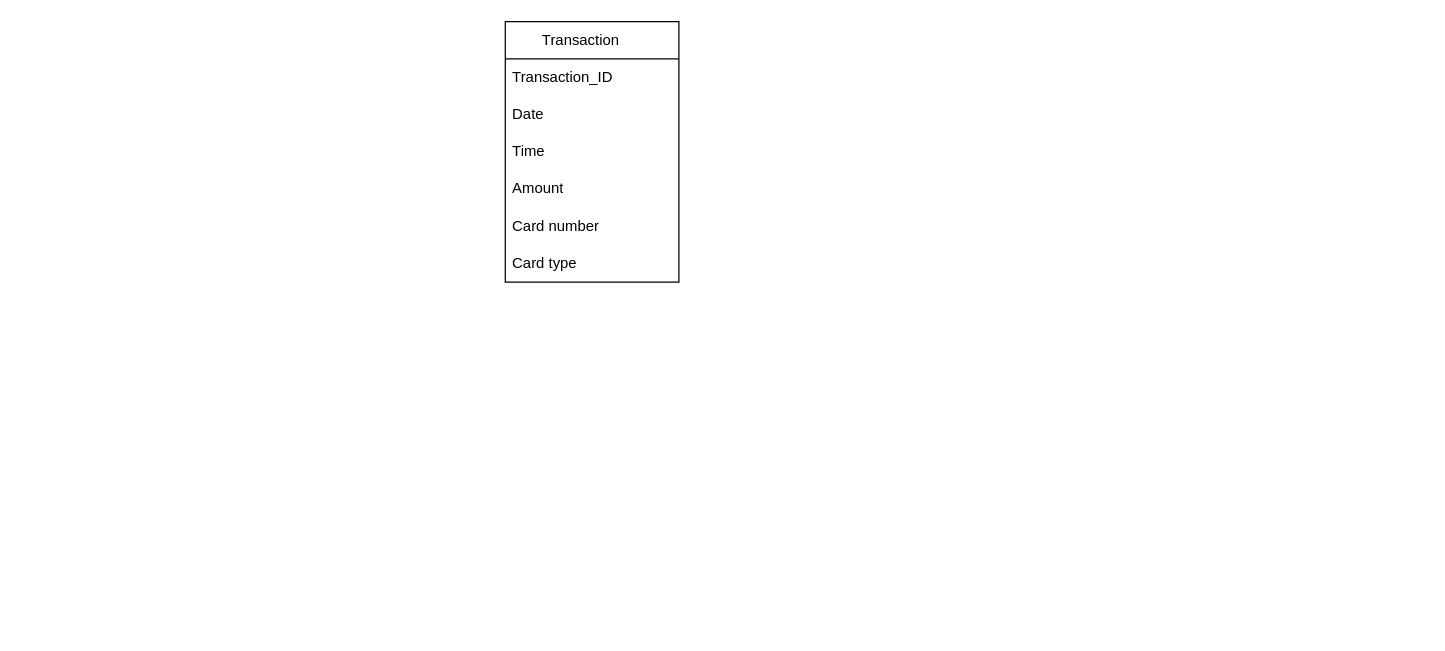
This is CIDM3350_Project.drawio from ngimpWT/CIDM3350, a draw.io file, before an edit. Source tidied: cells renumbered, new cells numbered last; positions are measured from the earlier drawing's top-left corner, leaving out a move shared by most shapes. Both pictures are drawn from the tidied source at 124%, with x=0, y=0 at pixel (505, 21).
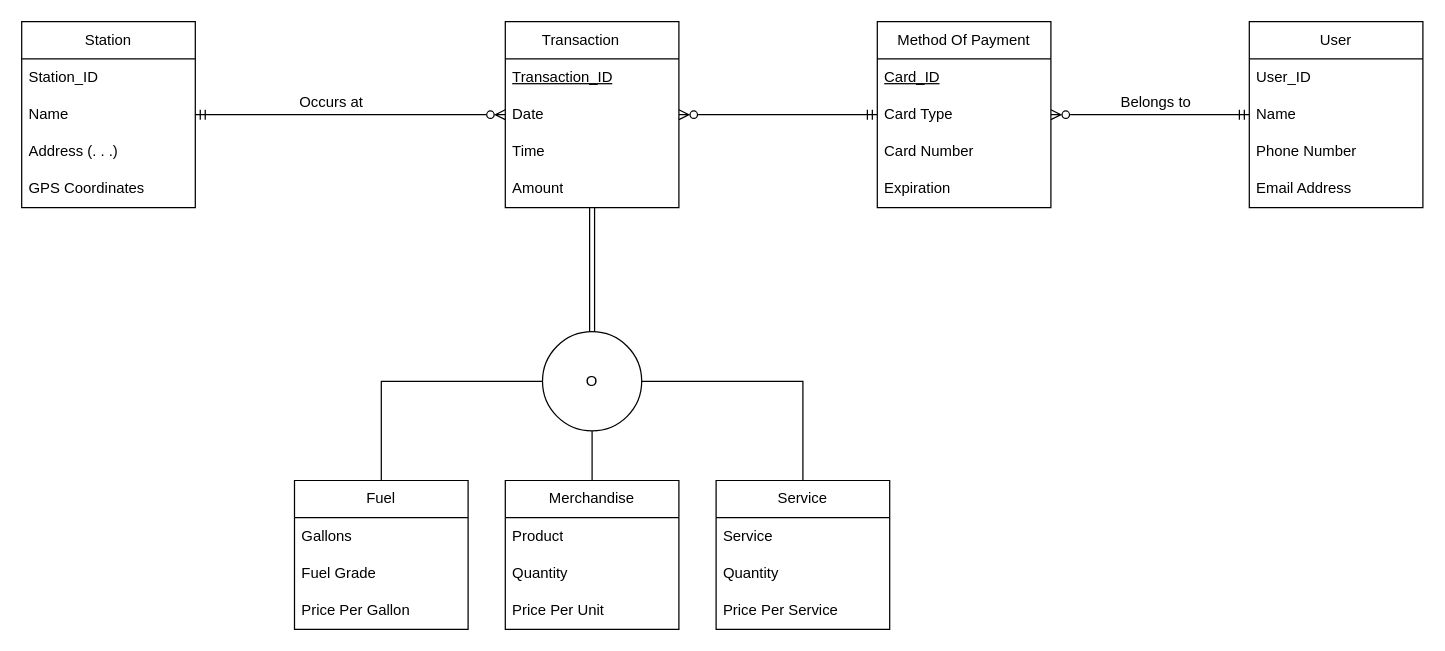
The same page after the edit.

Unchanged cells that the change refers to:
```xml
<mxCell id="4" value="Date" style="text;strokeColor=none;fillColor=none;align=left;verticalAlign=middle;spacingLeft=4;spacingRight=4;overflow=hidden;points=[[0,0.5],[1,0.5]];portConstraint=eastwest;whiteSpace=wrap;html=1;" parent="2" vertex="1">
  <mxGeometry y="60" width="140" height="30" as="geometry" />
</mxCell>
```

Diff of the diagram source:
```diff
@@
+    <mxCell id="9" style="edgeStyle=orthogonalEdgeStyle;rounded=0;jettySize=auto;html=1;entryX=0.5;entryY=0;entryDx=0;entryDy=0;endArrow=none;endFill=0;shape=link;" parent="1" edge="1" source="2" target="14">
+      <mxGeometry relative="1" as="geometry" />
+    </mxCell>
+    <mxCell id="10" style="edgeStyle=orthogonalEdgeStyle;rounded=0;jettySize=auto;html=1;entryX=1;entryY=0.5;entryDx=0;entryDy=0;endArrow=ERmandOne;endFill=0;startArrow=ERzeroToMany;startFill=0;" parent="1" edge="1" source="2" target="27">
+      <mxGeometry relative="1" as="geometry" />
+    </mxCell>
     <mxCell id="2" value="Transaction&lt;span style=&quot;white-space: pre;&quot;&gt;&#9;&lt;/span&gt;" style="swimlane;fontStyle=0;horizontal=1;startSize=30;whiteSpace=wrap;html=1;" parent="1" vertex="1">
-      <mxGeometry width="140" height="210" as="geometry" />
+      <mxGeometry width="140" height="150" as="geometry" />
     </mxCell>
-    <mxCell id="3" value="&lt;div&gt;Transaction_ID&lt;/div&gt;" style="text;strokeColor=none;fillColor=none;align=left;verticalAlign=middle;spacingLeft=4;spacingRight=4;overflow=hidden;whiteSpace=wrap;html=1;" parent="2" vertex="1">
+    <mxCell id="3" value="&lt;div&gt;&lt;u&gt;Transaction_ID&lt;/u&gt;&lt;/div&gt;" style="text;strokeColor=none;fillColor=none;align=left;verticalAlign=middle;spacingLeft=4;spacingRight=4;overflow=hidden;whiteSpace=wrap;html=1;" parent="2" vertex="1">
       <mxGeometry y="30" width="140" height="30" as="geometry" />
     </mxCell>
@@
-    <mxCell id="7" value="Card number" style="text;strokeColor=none;fillColor=none;align=left;verticalAlign=middle;spacingLeft=4;spacingRight=4;overflow=hidden;whiteSpace=wrap;html=1;" parent="2" vertex="1">
-      <mxGeometry y="150" width="140" height="30" as="geometry" />
-    </mxCell>
-    <mxCell id="8" value="Card type" style="text;strokeColor=none;fillColor=none;align=left;verticalAlign=middle;spacingLeft=4;spacingRight=4;overflow=hidden;whiteSpace=wrap;html=1;" parent="2" vertex="1">
-      <mxGeometry y="180" width="140" height="30" as="geometry" />
-    </mxCell>
+    <mxCell id="11" style="edgeStyle=orthogonalEdgeStyle;rounded=0;jettySize=auto;html=1;entryX=0.5;entryY=0;entryDx=0;entryDy=0;endArrow=none;endFill=0;" parent="1" edge="1" source="14" target="15">
+      <mxGeometry relative="1" as="geometry" />
+    </mxCell>
+    <mxCell id="12" style="edgeStyle=orthogonalEdgeStyle;rounded=0;jettySize=auto;html=1;entryX=0.5;entryY=0;entryDx=0;entryDy=0;endArrow=none;endFill=0;" parent="1" edge="1" source="14" target="19">
+      <mxGeometry relative="1" as="geometry" />
+    </mxCell>
+    <mxCell id="13" style="edgeStyle=orthogonalEdgeStyle;rounded=0;jettySize=auto;html=1;entryX=0.5;entryY=0;entryDx=0;entryDy=0;endArrow=none;endFill=0;" parent="1" edge="1" source="14" target="23">
+      <mxGeometry relative="1" as="geometry" />
+    </mxCell>
+    <mxCell id="14" value="O" style="ellipse;whiteSpace=wrap;html=1;" parent="1" vertex="1">
+      <mxGeometry x="30" y="250" width="80" height="80" as="geometry" />
+    </mxCell>
+    <mxCell id="15" value="Merchandise" style="swimlane;fontStyle=0;horizontal=1;startSize=30;whiteSpace=wrap;html=1;" parent="1" vertex="1">
+      <mxGeometry y="370" width="140" height="120" as="geometry" />
+    </mxCell>
+    <mxCell id="16" value="Product" style="text;strokeColor=none;fillColor=none;align=left;verticalAlign=middle;spacingLeft=4;spacingRight=4;overflow=hidden;whiteSpace=wrap;html=1;" parent="15" vertex="1">
+      <mxGeometry y="30" width="140" height="30" as="geometry" />
+    </mxCell>
+    <mxCell id="17" value="Quantity" style="text;strokeColor=none;fillColor=none;align=left;verticalAlign=middle;spacingLeft=4;spacingRight=4;overflow=hidden;whiteSpace=wrap;html=1;" parent="15" vertex="1">
+      <mxGeometry y="60" width="140" height="30" as="geometry" />
+    </mxCell>
+    <mxCell id="18" value="Price Per Unit" style="text;strokeColor=none;fillColor=none;align=left;verticalAlign=middle;spacingLeft=4;spacingRight=4;overflow=hidden;whiteSpace=wrap;html=1;" parent="15" vertex="1">
+      <mxGeometry y="90" width="140" height="30" as="geometry" />
+    </mxCell>
+    <mxCell id="19" value="Fuel" style="swimlane;fontStyle=0;horizontal=1;startSize=30;whiteSpace=wrap;html=1;" parent="1" vertex="1">
+      <mxGeometry x="-170" y="370" width="140" height="120" as="geometry" />
+    </mxCell>
+    <mxCell id="20" value="Gallons" style="text;strokeColor=none;fillColor=none;align=left;verticalAlign=middle;spacingLeft=4;spacingRight=4;overflow=hidden;whiteSpace=wrap;html=1;" parent="19" vertex="1">
+      <mxGeometry y="30" width="140" height="30" as="geometry" />
+    </mxCell>
+    <mxCell id="21" value="Fuel Grade" style="text;strokeColor=none;fillColor=none;align=left;verticalAlign=middle;spacingLeft=4;spacingRight=4;overflow=hidden;whiteSpace=wrap;html=1;" parent="19" vertex="1">
+      <mxGeometry y="60" width="140" height="30" as="geometry" />
+    </mxCell>
+    <mxCell id="22" value="Price Per Gallon" style="text;strokeColor=none;fillColor=none;align=left;verticalAlign=middle;spacingLeft=4;spacingRight=4;overflow=hidden;whiteSpace=wrap;html=1;" parent="19" vertex="1">
+      <mxGeometry y="90" width="140" height="30" as="geometry" />
+    </mxCell>
+    <mxCell id="23" value="Service" style="swimlane;fontStyle=0;horizontal=1;startSize=30;whiteSpace=wrap;html=1;" parent="1" vertex="1">
+      <mxGeometry x="170" y="370" width="140" height="120" as="geometry" />
+    </mxCell>
+    <mxCell id="24" value="Service" style="text;strokeColor=none;fillColor=none;align=left;verticalAlign=middle;spacingLeft=4;spacingRight=4;overflow=hidden;whiteSpace=wrap;html=1;" parent="23" vertex="1">
+      <mxGeometry y="30" width="140" height="30" as="geometry" />
+    </mxCell>
+    <mxCell id="25" value="Quantity" style="text;strokeColor=none;fillColor=none;align=left;verticalAlign=middle;spacingLeft=4;spacingRight=4;overflow=hidden;whiteSpace=wrap;html=1;" parent="23" vertex="1">
+      <mxGeometry y="60" width="140" height="30" as="geometry" />
+    </mxCell>
+    <mxCell id="26" value="Price Per Service" style="text;strokeColor=none;fillColor=none;align=left;verticalAlign=middle;spacingLeft=4;spacingRight=4;overflow=hidden;whiteSpace=wrap;html=1;" parent="23" vertex="1">
+      <mxGeometry y="90" width="140" height="30" as="geometry" />
+    </mxCell>
+    <mxCell id="27" value="Station" style="swimlane;fontStyle=0;horizontal=1;startSize=30;whiteSpace=wrap;html=1;" parent="1" vertex="1">
+      <mxGeometry x="-390" width="140" height="150" as="geometry" />
+    </mxCell>
+    <mxCell id="28" value="Station_ID" style="text;strokeColor=none;fillColor=none;align=left;verticalAlign=middle;spacingLeft=4;spacingRight=4;overflow=hidden;whiteSpace=wrap;html=1;" parent="27" vertex="1">
+      <mxGeometry y="30" width="140" height="30" as="geometry" />
+    </mxCell>
+    <mxCell id="29" value="Name" style="text;strokeColor=none;fillColor=none;align=left;verticalAlign=middle;spacingLeft=4;spacingRight=4;overflow=hidden;whiteSpace=wrap;html=1;" parent="27" vertex="1">
+      <mxGeometry y="60" width="140" height="30" as="geometry" />
+    </mxCell>
+    <mxCell id="30" value="Address (. . .)" style="text;strokeColor=none;fillColor=none;align=left;verticalAlign=middle;spacingLeft=4;spacingRight=4;overflow=hidden;whiteSpace=wrap;html=1;" parent="27" vertex="1">
+      <mxGeometry y="90" width="140" height="30" as="geometry" />
+    </mxCell>
+    <mxCell id="31" value="GPS Coordinates" style="text;strokeColor=none;fillColor=none;align=left;verticalAlign=middle;spacingLeft=4;spacingRight=4;overflow=hidden;whiteSpace=wrap;html=1;" parent="27" vertex="1">
+      <mxGeometry y="120" width="140" height="30" as="geometry" />
+    </mxCell>
+    <mxCell id="32" value="User" style="swimlane;fontStyle=0;horizontal=1;startSize=30;whiteSpace=wrap;html=1;" parent="1" vertex="1">
+      <mxGeometry x="600" width="140" height="150" as="geometry" />
+    </mxCell>
+    <mxCell id="33" value="User_ID" style="text;strokeColor=none;fillColor=none;align=left;verticalAlign=middle;spacingLeft=4;spacingRight=4;overflow=hidden;whiteSpace=wrap;html=1;" parent="32" vertex="1">
+      <mxGeometry y="30" width="140" height="30" as="geometry" />
+    </mxCell>
+    <mxCell id="34" value="Name" style="text;strokeColor=none;fillColor=none;align=left;verticalAlign=middle;spacingLeft=4;spacingRight=4;overflow=hidden;points=[[0,0.5],[1,0.5]];portConstraint=eastwest;whiteSpace=wrap;html=1;" parent="32" vertex="1">
+      <mxGeometry y="60" width="140" height="30" as="geometry" />
+    </mxCell>
+    <mxCell id="35" value="Phone Number" style="text;strokeColor=none;fillColor=none;align=left;verticalAlign=middle;spacingLeft=4;spacingRight=4;overflow=hidden;whiteSpace=wrap;html=1;" parent="32" vertex="1">
+      <mxGeometry y="90" width="140" height="30" as="geometry" />
+    </mxCell>
+    <mxCell id="36" value="Email Address" style="text;strokeColor=none;fillColor=none;align=left;verticalAlign=middle;spacingLeft=4;spacingRight=4;overflow=hidden;whiteSpace=wrap;html=1;" parent="32" vertex="1">
+      <mxGeometry y="120" width="140" height="30" as="geometry" />
+    </mxCell>
+    <mxCell id="37" value="Method Of Payment" style="swimlane;fontStyle=0;horizontal=1;startSize=30;whiteSpace=wrap;html=1;" parent="1" vertex="1">
+      <mxGeometry x="300" width="140" height="150" as="geometry" />
+    </mxCell>
+    <mxCell id="38" value="&lt;u&gt;Card_ID&lt;/u&gt;" style="text;strokeColor=none;fillColor=none;align=left;verticalAlign=middle;spacingLeft=4;spacingRight=4;overflow=hidden;whiteSpace=wrap;html=1;" parent="37" vertex="1">
+      <mxGeometry y="30" width="140" height="30" as="geometry" />
+    </mxCell>
+    <mxCell id="39" value="Card Type" style="text;strokeColor=none;fillColor=none;align=left;verticalAlign=middle;spacingLeft=4;spacingRight=4;overflow=hidden;points=[[0,0.5],[1,0.5]];portConstraint=eastwest;whiteSpace=wrap;html=1;" parent="37" vertex="1">
+      <mxGeometry y="60" width="140" height="30" as="geometry" />
+    </mxCell>
+    <mxCell id="40" value="Card Number" style="text;strokeColor=none;fillColor=none;align=left;verticalAlign=middle;spacingLeft=4;spacingRight=4;overflow=hidden;whiteSpace=wrap;html=1;" parent="37" vertex="1">
+      <mxGeometry y="90" width="140" height="30" as="geometry" />
+    </mxCell>
+    <mxCell id="41" value="Expiration" style="text;strokeColor=none;fillColor=none;align=left;verticalAlign=middle;spacingLeft=4;spacingRight=4;overflow=hidden;whiteSpace=wrap;html=1;" parent="37" vertex="1">
+      <mxGeometry y="120" width="140" height="30" as="geometry" />
+    </mxCell>
+    <mxCell id="42" style="edgeStyle=orthogonalEdgeStyle;rounded=0;jettySize=auto;html=1;entryX=1;entryY=0.5;entryDx=0;entryDy=0;startArrow=ERmandOne;startFill=0;endArrow=ERzeroToMany;endFill=0;" parent="1" edge="1" source="34" target="39">
+      <mxGeometry relative="1" as="geometry" />
+    </mxCell>
+    <mxCell id="43" style="edgeStyle=orthogonalEdgeStyle;rounded=0;jettySize=auto;html=1;entryX=1;entryY=0.5;entryDx=0;entryDy=0;endArrow=ERzeroToMany;endFill=0;startArrow=ERmandOne;startFill=0;" parent="1" edge="1" source="39" target="4">
+      <mxGeometry relative="1" as="geometry" />
+    </mxCell>
+    <mxCell id="44" value="&lt;div&gt;Belongs to&lt;/div&gt;" style="text;html=1;align=center;verticalAlign=middle;whiteSpace=wrap;rounded=0;" parent="1" vertex="1">
+      <mxGeometry x="490" y="50" width="70" height="30" as="geometry" />
+    </mxCell>
+    <mxCell id="45" value="Occurs at" style="text;html=1;align=center;verticalAlign=middle;whiteSpace=wrap;rounded=0;" parent="1" vertex="1">
+      <mxGeometry x="-170" y="50" width="60" height="30" as="geometry" />
+    </mxCell>
+    <mxCell id="46" style="edgeStyle=orthogonalEdgeStyle;rounded=0;orthogonalLoop=1;jettySize=auto;html=1;exitX=0.5;exitY=1;exitDx=0;exitDy=0;" parent="1" edge="1" source="44" target="44">
+      <mxGeometry relative="1" as="geometry" />
+    </mxCell>
```
